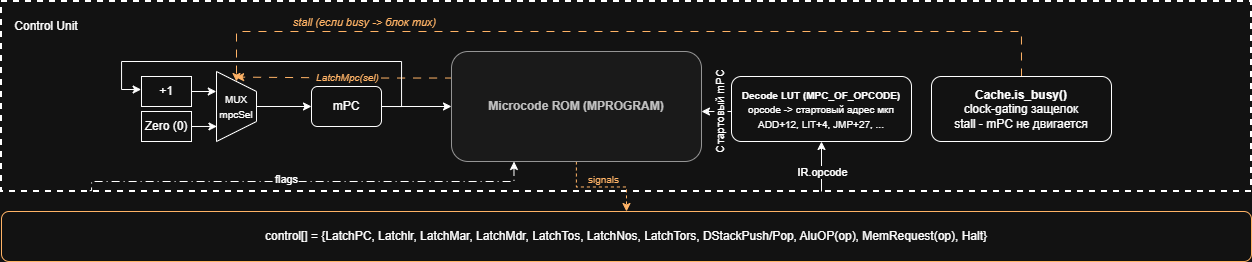
This is pics/ControlUnit.png from AstroBlartvks/lab4-csa, a draw.io export, as it was before one commit. Source tidied: cells renumbered, new cells last; positions are measured from the earlier drawing's top-left corner, leaving out a move shared by most shapes.
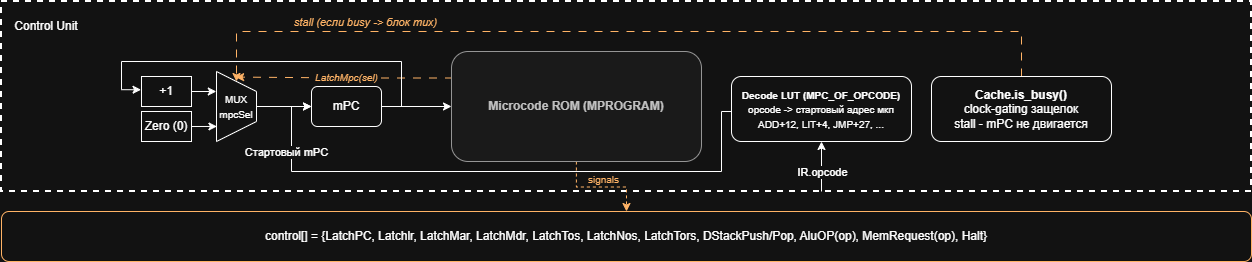
The same diagram one commit later.

The edit, as a diff of the source:
```diff
@@ -42,7 +42,7 @@
     <mxCell id="10" style="edgeStyle=orthogonalEdgeStyle;rounded=0;jettySize=auto;html=1;exitX=1;exitY=0.5;exitDx=0;exitDy=0;entryX=0;entryY=0.5;entryDx=0;entryDy=0;" parent="1" edge="1" source="12" target="7">
       <mxGeometry relative="1" as="geometry" />
     </mxCell>
-    <mxCell id="11" style="edgeStyle=orthogonalEdgeStyle;rounded=0;jettySize=auto;html=1;exitX=1;exitY=0.5;exitDx=0;exitDy=0;entryX=-0.009;entryY=0.441;entryDx=0;entryDy=0;entryPerimeter=0;" parent="1" edge="1" source="12" target="28">
+    <mxCell id="11" style="edgeStyle=orthogonalEdgeStyle;rounded=0;jettySize=auto;html=1;exitX=1;exitY=0.5;exitDx=0;exitDy=0;entryX=-0.009;entryY=0.441;entryDx=0;entryDy=0;entryPerimeter=0;" parent="1" edge="1" source="12" target="26">
       <mxGeometry relative="1" as="geometry">
         <Array as="points">
           <mxPoint x="400" y="105" />
@@ -62,18 +62,20 @@
     <mxCell id="14" style="edgeStyle=orthogonalEdgeStyle;rounded=0;jettySize=auto;html=1;exitX=1;exitY=0.5;exitDx=0;exitDy=0;entryX=0.785;entryY=0.989;entryDx=0;entryDy=0;entryPerimeter=0;" parent="1" edge="1" source="13" target="9">
       <mxGeometry relative="1" as="geometry" />
     </mxCell>
-    <mxCell id="15" style="edgeStyle=orthogonalEdgeStyle;rounded=0;jettySize=auto;html=1;exitX=0;exitY=0.5;exitDx=0;exitDy=0;" parent="1" edge="1" source="19">
+    <mxCell id="15" style="edgeStyle=orthogonalEdgeStyle;rounded=0;jettySize=auto;html=1;exitX=0;exitY=0.5;exitDx=0;exitDy=0;entryX=0;entryY=0.5;entryDx=0;entryDy=0;" parent="1" edge="1" source="19" target="12">
       <mxGeometry relative="1" as="geometry">
-        <mxPoint x="700" y="110" as="targetPoint" />
         <Array as="points">
           <mxPoint x="730" y="110" />
-          <mxPoint x="700" y="110" />
+          <mxPoint x="720" y="110" />
+          <mxPoint x="720" y="170" />
+          <mxPoint x="290" y="170" />
+          <mxPoint x="290" y="105" />
         </Array>
       </mxGeometry>
     </mxCell>
-    <mxCell id="16" value="Стартовый mPC" style="edgeLabel;html=1;align=center;verticalAlign=middle;horizontal=0;" parent="15" vertex="1">
+    <mxCell id="16" value="Стартовый mPC" style="edgeLabel;html=1;align=center;verticalAlign=middle;horizontal=1;" parent="15" vertex="1">
       <mxGeometry x="0.28" y="2" relative="1" as="geometry">
-        <mxPoint x="8" y="-2" as="offset" />
+        <mxPoint x="-131" y="-22" as="offset" />
       </mxGeometry>
     </mxCell>
     <mxCell id="17" style="edgeStyle=orthogonalEdgeStyle;rounded=0;jettySize=auto;html=1;exitX=0.5;exitY=1;exitDx=0;exitDy=0;startArrow=classic;startFill=1;endArrow=none;endFill=0;" parent="1" edge="1" source="19">
@@ -114,25 +116,11 @@
     <mxCell id="25" value="&lt;div style=&quot;text-align: left;&quot;&gt;control[] = {LatchPC, Latchlr, LatchMar, LatchMdr, LatchTos, LatchNos, LatchTors, DStackPush/Pop, AluOP(op), MemRequest(op), Halt}&lt;/div&gt;&lt;div&gt;&lt;/div&gt;&lt;div&gt;&lt;/div&gt;&lt;div&gt;&lt;/div&gt;&lt;div&gt;&lt;/div&gt;&lt;div&gt;&lt;/div&gt;&lt;div&gt;&lt;/div&gt;&lt;div&gt;&lt;/div&gt;&lt;div&gt;&lt;/div&gt;" style="text;html=1;whiteSpace=wrap;strokeColor=none;fillColor=none;align=center;verticalAlign=middle;rounded=0;" parent="1" vertex="1">
       <mxGeometry x="10" y="220" width="1230" height="30" as="geometry" />
     </mxCell>
-    <mxCell id="26" style="edgeStyle=orthogonalEdgeStyle;rounded=0;jettySize=auto;html=1;exitX=0.25;exitY=1;exitDx=0;exitDy=0;entryX=0.072;entryY=0.985;entryDx=0;entryDy=0;entryPerimeter=0;startArrow=classic;startFill=1;endArrow=none;endFill=0;dashed=1;dashPattern=8 4 1 4;" parent="1" edge="1" source="7" target="2">
-      <mxGeometry relative="1" as="geometry">
-        <Array as="points">
-          <mxPoint x="513" y="180" />
-          <mxPoint x="90" y="180" />
-          <mxPoint x="90" y="189" />
-        </Array>
-      </mxGeometry>
+    <mxCell id="26" value="+1" style="rounded=0;whiteSpace=wrap;html=1;" parent="1" vertex="1">
+      <mxGeometry x="140" y="75" width="50" height="30" as="geometry" />
     </mxCell>
-    <mxCell id="27" value="flags" style="edgeLabel;html=1;align=center;verticalAlign=middle;" parent="26" vertex="1">
-      <mxGeometry x="0.1" y="-3" relative="1" as="geometry">
-        <mxPoint x="1" as="offset" />
-      </mxGeometry>
+    <mxCell id="27" style="edgeStyle=orthogonalEdgeStyle;rounded=0;jettySize=auto;html=1;exitX=1;exitY=0.5;exitDx=0;exitDy=0;entryX=0.282;entryY=1.005;entryDx=0;entryDy=0;entryPerimeter=0;" parent="1" edge="1" source="26" target="9">
+      <mxGeometry relative="1" as="geometry" />
     </mxCell>
-    <mxCell id="28" value="+1" style="rounded=0;whiteSpace=wrap;html=1;" parent="1" vertex="1">
-      <mxGeometry x="140" y="75" width="50" height="30" as="geometry" />
-    </mxCell>
-    <mxCell id="29" style="edgeStyle=orthogonalEdgeStyle;rounded=0;jettySize=auto;html=1;exitX=1;exitY=0.5;exitDx=0;exitDy=0;entryX=0.282;entryY=1.005;entryDx=0;entryDy=0;entryPerimeter=0;" parent="1" edge="1" source="28" target="9">
-      <mxGeometry relative="1" as="geometry" />
-    </mxCell>
   </root>
 </mxGraphModel>
```
